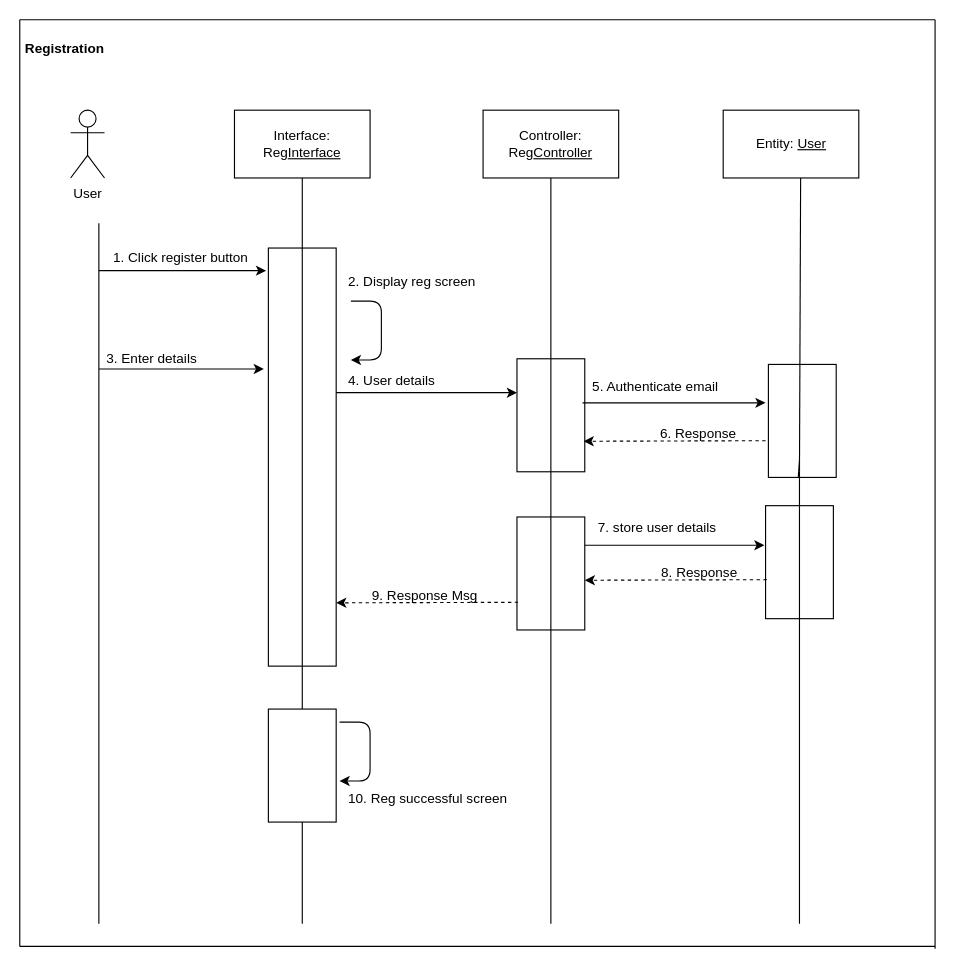
Before: page "Registration" (1 of 10) of Travel Managemet System/Sequence Diagram.drawio in shreyzo/Travel-Management-System, a draw.io diagram. Source tidied: cells renumbered, new cells numbered last; positions are measured from the earlier drawing's top-left corner, leaving out a move shared by most shapes. Both pictures are drawn from the tidied source at 113%, with x=0, y=0 at pixel (19, 19).
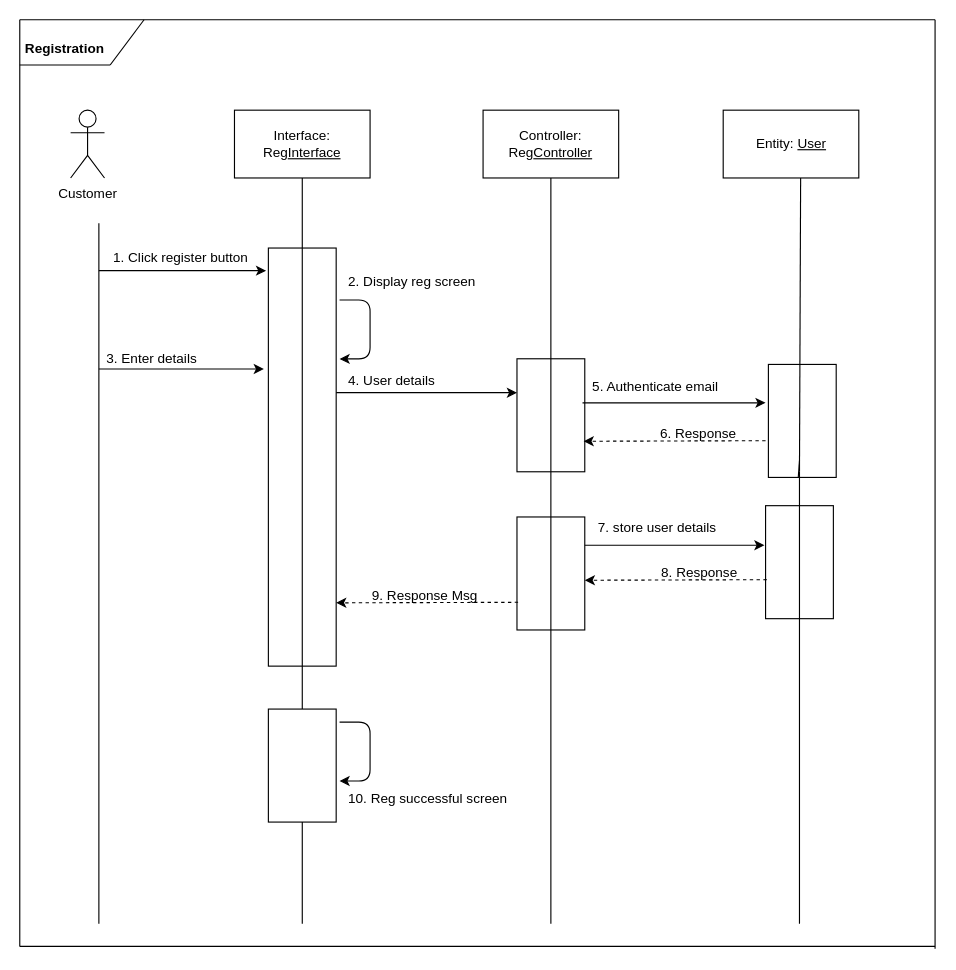
After the change.

What changed in the source:
```diff
@@
-    <mxCell id="2" value="User" style="shape=umlActor;verticalLabelPosition=bottom;labelBackgroundColor=#ffffff;verticalAlign=top;html=1;" parent="1" vertex="1">
+    <mxCell id="2" value="Customer" style="shape=umlActor;verticalLabelPosition=bottom;labelBackgroundColor=#ffffff;verticalAlign=top;html=1;" parent="1" vertex="1">
       <mxGeometry x="45" y="80" width="30" height="60" as="geometry" />
     </mxCell>
@@
     <mxCell id="37" style="endArrow=classic;html=1;entryX=0.294;entryY=-0.05;entryDx=0;entryDy=0;entryPerimeter=0;" parent="1" edge="1">
       <mxGeometry relative="1" as="geometry">
-        <mxPoint x="293" y="249" as="sourcePoint" />
-        <mxPoint x="293" y="301.1" as="targetPoint" />
+        <mxPoint x="283" y="248" as="sourcePoint" />
+        <mxPoint x="283" y="300.1" as="targetPoint" />
         <Array as="points">
-          <mxPoint x="320" y="249" />
-          <mxPoint x="320" y="301" />
+          <mxPoint x="310" y="248" />
+          <mxPoint x="310" y="300" />
         </Array>
       </mxGeometry>
     </mxCell>
@@
+    <mxCell id="44" style="endArrow=none;html=1;" parent="1" edge="1">
+      <mxGeometry relative="1" as="geometry">
+        <mxPoint y="40" as="sourcePoint" />
+        <mxPoint x="80" y="40" as="targetPoint" />
+      </mxGeometry>
+    </mxCell>
+    <mxCell id="45" style="endArrow=none;html=1;" parent="1" edge="1">
+      <mxGeometry relative="1" as="geometry">
+        <mxPoint x="80" y="40" as="sourcePoint" />
+        <mxPoint x="110" as="targetPoint" />
+      </mxGeometry>
+    </mxCell>
```
